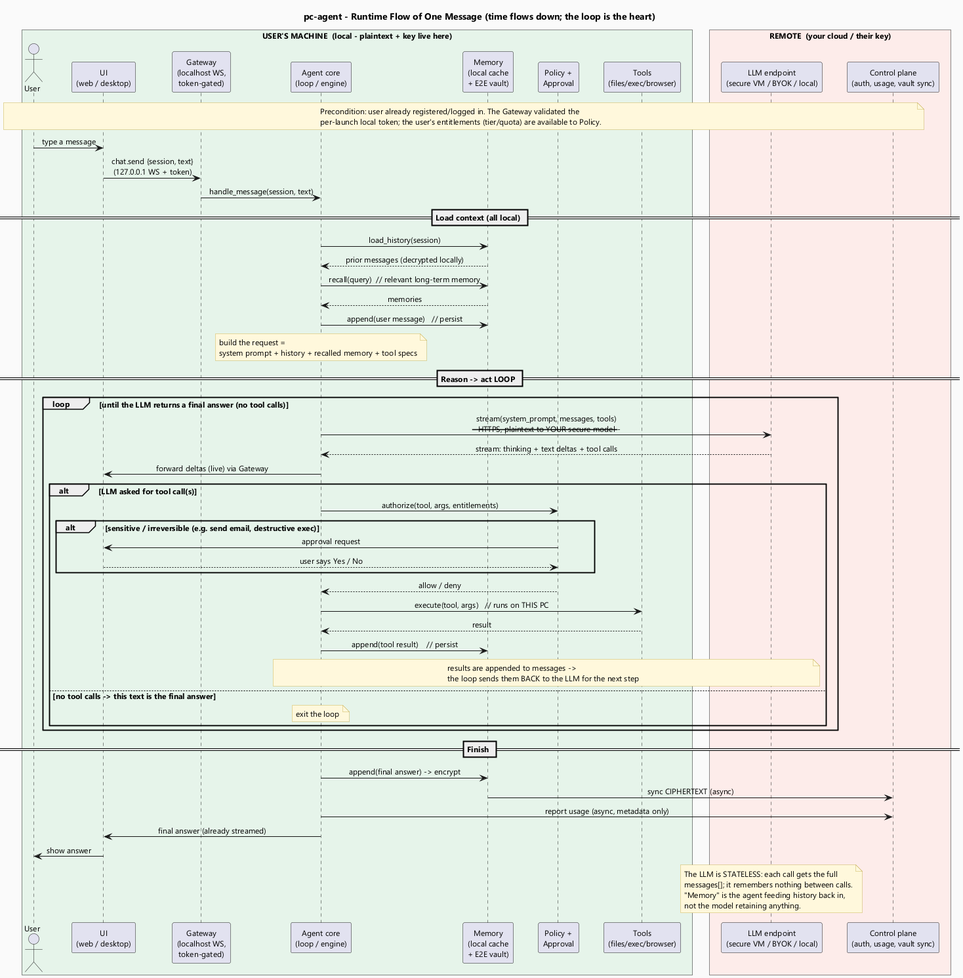
Before: v2/planning/platform/request-flow.png, a diagram exported from PlantUML (SaptarshiMazumder/pc-agent).
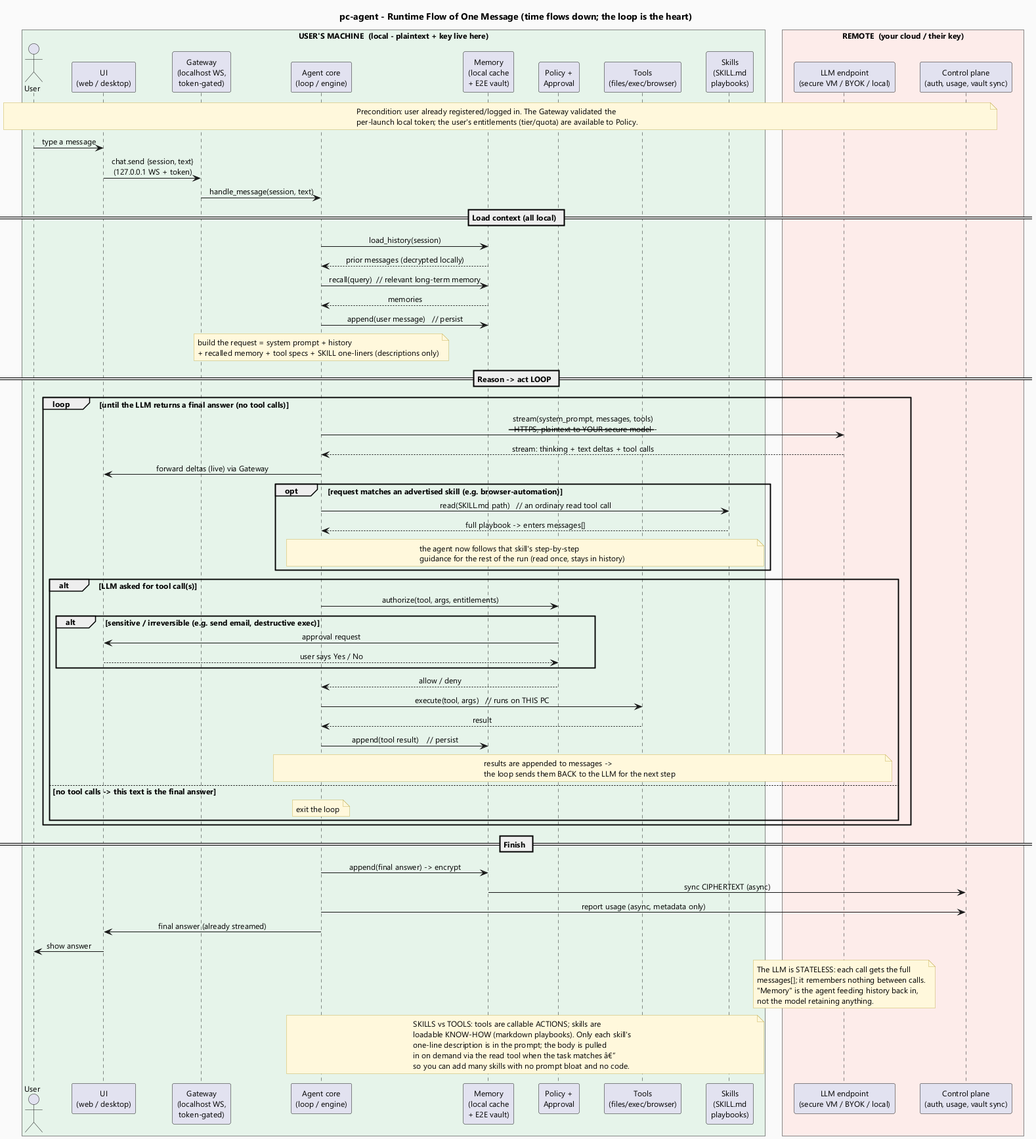
Later version of the same file.

The edit, as a diff of the source:
```diff
@@ -22,6 +22,7 @@
   participant "Memory\n(local cache\n+ E2E vault)" as MEM
   participant "Policy +\nApproval" as POL
   participant "Tools\n(files/exec/browser)" as TOOL
+  participant "Skills\n(SKILL.md\nplaybooks)" as SKILL
 end box
 
 box "REMOTE  (your cloud / their key)" #FDECEA
@@ -44,13 +45,19 @@
 CORE -> MEM : recall(query)  // relevant long-term memory
 MEM --> CORE : memories
 CORE -> MEM : append(user message)   // persist
-note over CORE : build the request =\nsystem prompt + history + recalled memory + tool specs
+note over CORE : build the request = system prompt + history\n+ recalled memory + tool specs + SKILL one-liners (descriptions only)
 
 == Reason -> act LOOP ==
 loop until the LLM returns a final answer (no tool calls)
   CORE -> LLM : stream(system_prompt, messages, tools)\n--- HTTPS, plaintext to YOUR secure model ---
   LLM --> CORE : stream: thinking + text deltas + tool calls
   CORE -> UI : forward deltas (live) via Gateway
+
+  opt request matches an advertised skill (e.g. browser-automation)
+    CORE -> SKILL : read(SKILL.md path)   // an ordinary read tool call
+    SKILL --> CORE : full playbook -> enters messages[]
+    note over CORE, SKILL : the agent now follows that skill's step-by-step\nguidance for the rest of the run (read once, stays in history)
+  end
 
   alt LLM asked for tool call(s)
     CORE -> POL : authorize(tool, args, entitlements)
@@ -82,4 +89,12 @@
   not the model retaining anything.
 end note
 
+note over CORE, SKILL
+  SKILLS vs TOOLS: tools are callable ACTIONS; skills are
+  loadable KNOW-HOW (markdown playbooks). Only each skill's
+  one-line description is in the prompt; the body is pulled
+  in on demand via the read tool when the task matches â€”
+  so you can add many skills with no prompt bloat and no code.
+end note
+
 @enduml
```
